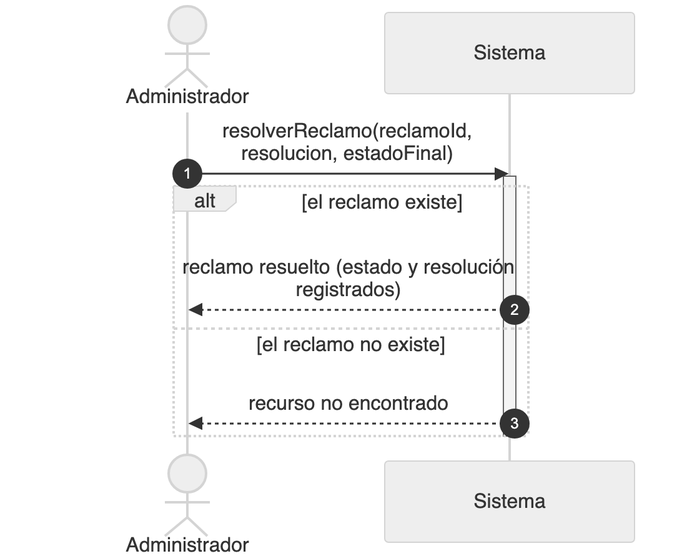
This is diagramas/png/DSS_CU-025_Resolver-Reclamo.png from Nahuelito-Dev/splg-docs, a Mermaid export, as it was before one commit. Its source is kept beside it as diagramas/DSS_CU-025_Resolver-Reclamo.mmd.
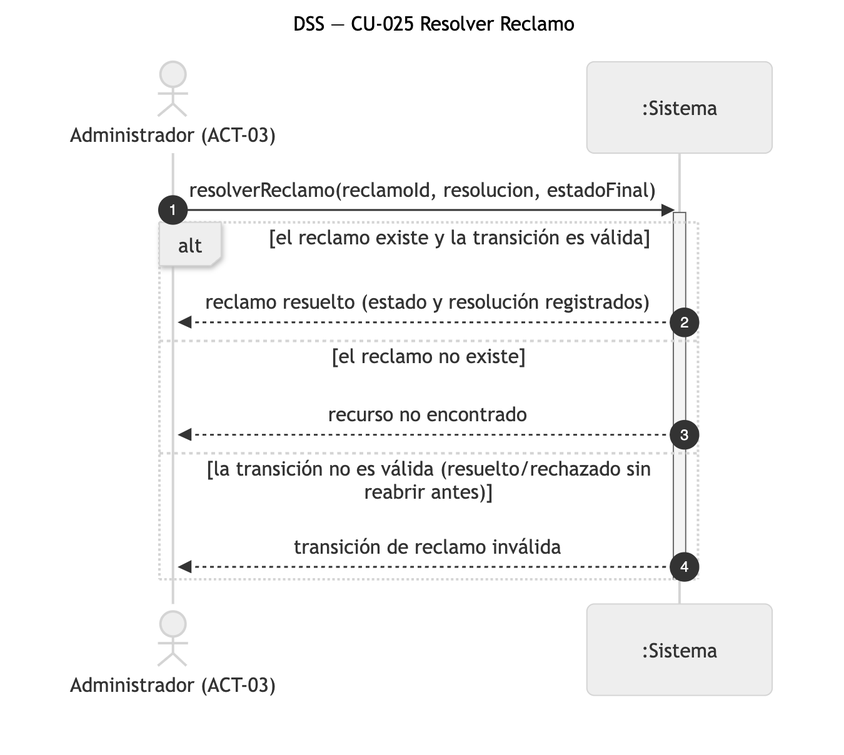
Above is the later version.

The edit, as a diff of the source:
```diff
@@ -1,14 +1,16 @@
 sequenceDiagram
     title DSS — CU-025 Resolver Reclamo
     autonumber
-    actor ADM as Administrador
-    participant SIS as Sistema
+    actor ADM as Administrador (ACT-03)
+    participant SIS as :Sistema
 
     ADM->>SIS: resolverReclamo(reclamoId, resolucion, estadoFinal)
     activate SIS
-    alt el reclamo existe
+    alt el reclamo existe y la transición es válida
         SIS-->>ADM: reclamo resuelto (estado y resolución registrados)
     else el reclamo no existe
         SIS-->>ADM: recurso no encontrado
+    else la transición no es válida (resuelto/rechazado sin reabrir antes)
+        SIS-->>ADM: transición de reclamo inválida
     end
     deactivate SIS
```
